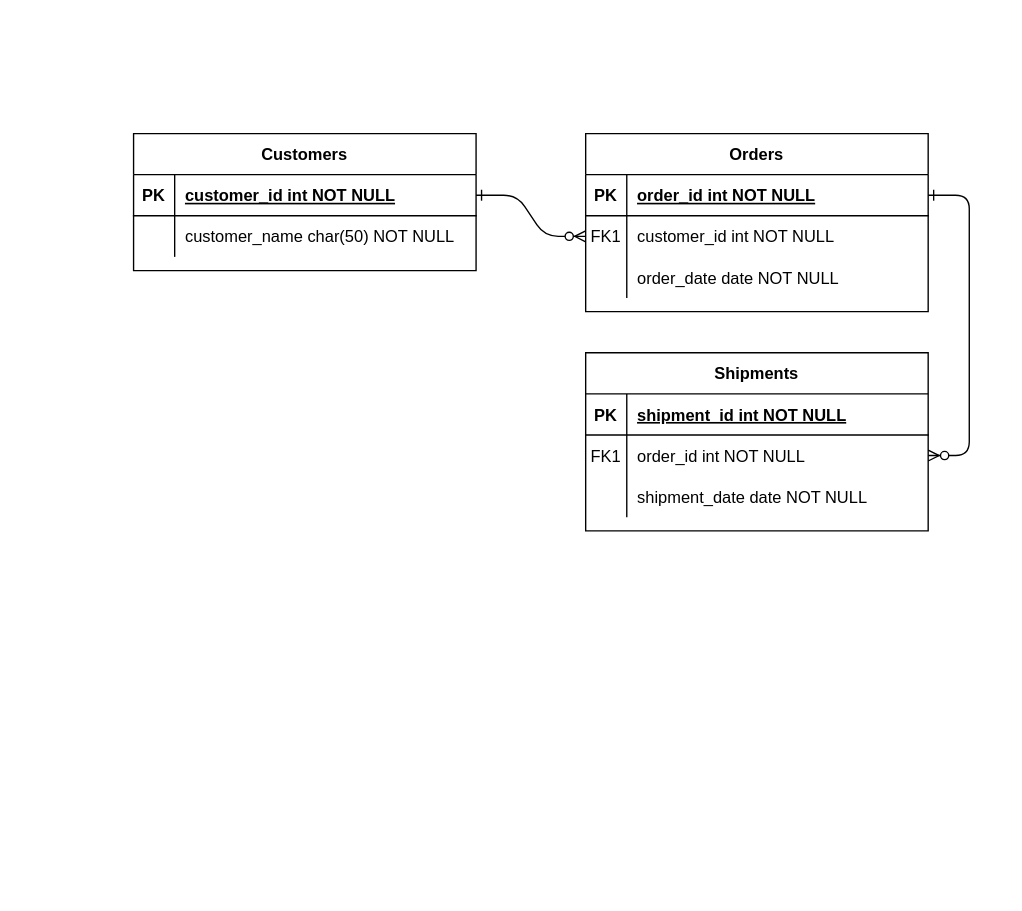
Before: DATABASE/Modelo ER.drawio in eudivanmelo/nadic-project, a draw.io diagram. Source tidied: cells renumbered, new cells numbered last; positions are measured from the earlier drawing's top-left corner, leaving out a move shared by most shapes. Both pictures are drawn from the tidied source at 137%, with x=0, y=0 at pixel (133, 133).
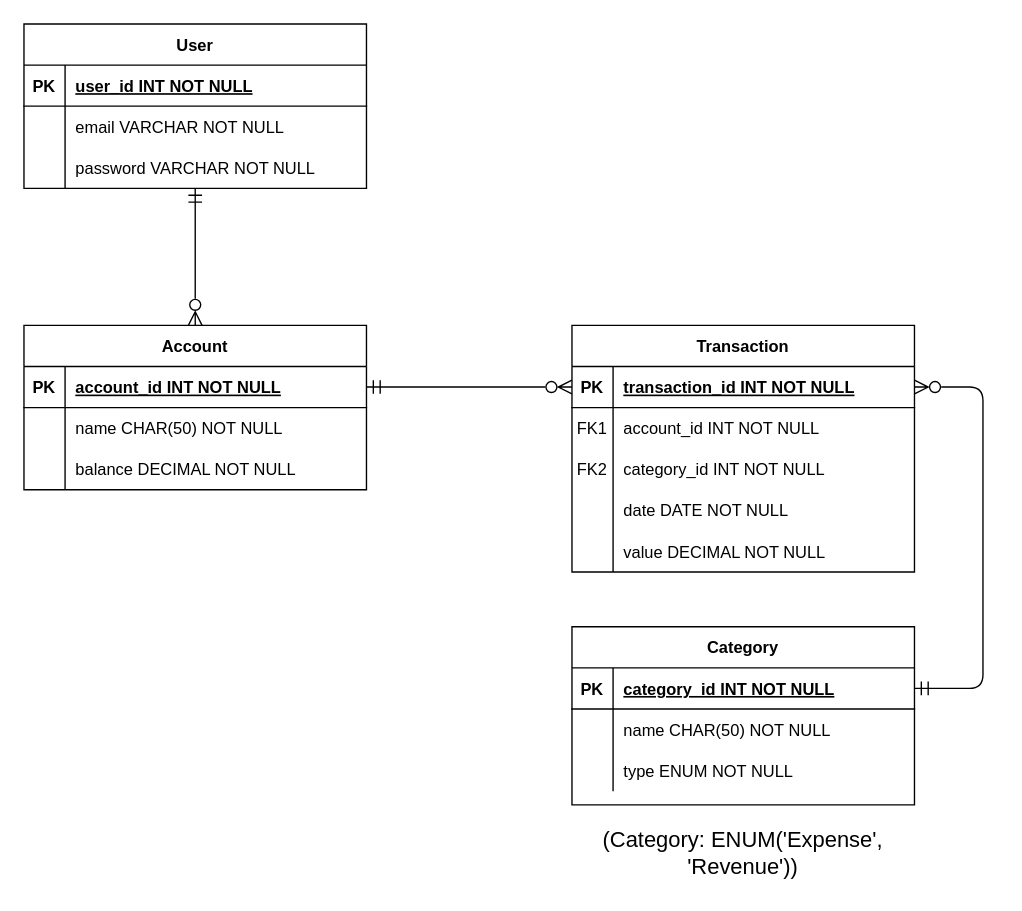
The same page after the edit.

Unchanged cells that the change refers to:
```xml
<mxCell id="5" style="shape=partialRectangle;fillColor=none;points=[[0,0.5],[1,0.5]];portConstraint=eastwest;top=0;left=0;right=0;bottom=1;" parent="4" vertex="1">
  <mxGeometry y="30" width="250" height="30" as="geometry" />
</mxCell>
<mxCell id="8" style="shape=partialRectangle;fillColor=none;points=[[0,0.5],[1,0.5]];portConstraint=eastwest;top=0;left=0;right=0;bottom=0;" parent="4" vertex="1">
  <mxGeometry y="60" width="250" height="30" as="geometry" />
</mxCell>
<mxCell id="11" style="shape=partialRectangle;fillColor=none;top=0;left=0;right=0;bottom=0;" parent="4" vertex="1">
  <mxGeometry y="90" width="250" height="30" as="geometry" />
</mxCell>
<mxCell id="15" style="shape=partialRectangle;fillColor=none;points=[[0,0.5],[1,0.5]];portConstraint=eastwest;top=0;left=0;right=0;bottom=1;" parent="14" vertex="1">
  <mxGeometry y="30" width="250" height="30" as="geometry" />
</mxCell>
<mxCell id="18" style="shape=partialRectangle;fillColor=none;points=[[0,0.5],[1,0.5]];portConstraint=eastwest;top=0;left=0;right=0;bottom=0;" parent="14" vertex="1">
  <mxGeometry y="60" width="250" height="30" as="geometry" />
</mxCell>
<mxCell id="21" style="shape=partialRectangle;fillColor=none;top=0;left=0;right=0;bottom=0;" parent="14" vertex="1">
  <mxGeometry y="90" width="250" height="30" as="geometry" />
</mxCell>
<mxCell id="25" style="shape=partialRectangle;fillColor=none;points=[[0,0.5],[1,0.5]];portConstraint=eastwest;top=0;left=0;right=0;bottom=1;" parent="24" vertex="1">
  <mxGeometry y="30" width="250" height="30" as="geometry" />
</mxCell>
<mxCell id="28" style="shape=partialRectangle;fillColor=none;top=0;left=0;right=0;bottom=0;" parent="24" vertex="1">
  <mxGeometry y="60" width="250" height="30" as="geometry" />
</mxCell>
```

Diff of the diagram source:
```diff
@@
-    <mxCell id="2" style="edgeStyle=entityRelationEdgeStyle;endArrow=ERzeroToMany;startArrow=ERone;endFill=1;startFill=0;" parent="1" edge="1" source="25" target="8">
-      <mxGeometry relative="1" as="geometry" />
-    </mxCell>
-    <mxCell id="3" style="edgeStyle=entityRelationEdgeStyle;endArrow=ERzeroToMany;startArrow=ERone;endFill=1;startFill=0;" parent="1" edge="1" source="5" target="18">
-      <mxGeometry relative="1" as="geometry" />
-    </mxCell>
-    <mxCell id="4" value="Orders" style="shape=table;startSize=30;childLayout=tableLayout;rowLines=0;fontStyle=1;align=center;" parent="1" vertex="1">
-      <mxGeometry x="330" width="250" height="130" as="geometry" />
+    <mxCell id="4" value="Transaction" style="shape=table;startSize=30;childLayout=tableLayout;rowLines=0;fontStyle=1;align=center;" parent="1" vertex="1">
+      <mxGeometry x="320" y="140" width="250" height="180" as="geometry" />
     </mxCell>
@@
-    <mxCell id="7" value="order_id int NOT NULL " style="shape=partialRectangle;overflow=hidden;fillColor=none;top=0;left=0;bottom=0;right=0;align=left;spacingLeft=6;fontStyle=5;" parent="5" vertex="1">
+    <mxCell id="7" value="transaction_id INT NOT NULL" style="shape=partialRectangle;overflow=hidden;fillColor=none;top=0;left=0;bottom=0;right=0;align=left;spacingLeft=6;fontStyle=5;" parent="5" vertex="1">
       <mxGeometry x="30" width="220" height="30" as="geometry" />
     </mxCell>
@@
-    <mxCell id="10" value="customer_id int NOT NULL" style="shape=partialRectangle;overflow=hidden;fillColor=none;top=0;left=0;bottom=0;right=0;align=left;spacingLeft=6;" parent="8" vertex="1">
+    <mxCell id="10" value="account_id INT NOT NULL" style="shape=partialRectangle;overflow=hidden;fillColor=none;top=0;left=0;bottom=0;right=0;align=left;spacingLeft=6;" parent="8" vertex="1">
       <mxGeometry x="30" width="220" height="30" as="geometry" />
     </mxCell>
@@
-    <mxCell id="12" style="shape=partialRectangle;overflow=hidden;fillColor=none;top=0;left=0;bottom=0;right=0;" parent="11" vertex="1">
+    <mxCell id="12" value="FK2" style="shape=partialRectangle;overflow=hidden;fillColor=none;top=0;left=0;bottom=0;right=0;" parent="11" vertex="1">
       <mxGeometry width="30" height="30" as="geometry" />
     </mxCell>
-    <mxCell id="13" value="order_date date NOT NULL" style="shape=partialRectangle;overflow=hidden;fillColor=none;top=0;left=0;bottom=0;right=0;align=left;spacingLeft=6;" parent="11" vertex="1">
+    <mxCell id="13" value="category_id INT NOT NULL" style="shape=partialRectangle;overflow=hidden;fillColor=none;top=0;left=0;bottom=0;right=0;align=left;spacingLeft=6;" parent="11" vertex="1">
       <mxGeometry x="30" width="220" height="30" as="geometry" />
     </mxCell>
+    <mxCell id="31" style="shape=partialRectangle;fillColor=none;top=0;left=0;right=0;bottom=0;" parent="4" vertex="1">
+      <mxGeometry y="120" width="250" height="30" as="geometry" />
+    </mxCell>
+    <mxCell id="32" style="shape=partialRectangle;overflow=hidden;fillColor=none;top=0;left=0;bottom=0;right=0;" parent="31" vertex="1">
+      <mxGeometry width="30" height="30" as="geometry" />
+    </mxCell>
+    <mxCell id="33" value="date DATE NOT NULL" style="shape=partialRectangle;overflow=hidden;fillColor=none;top=0;left=0;bottom=0;right=0;align=left;spacingLeft=6;" parent="31" vertex="1">
+      <mxGeometry x="30" width="220" height="30" as="geometry" />
+    </mxCell>
+    <mxCell id="34" style="shape=partialRectangle;fillColor=none;top=0;left=0;right=0;bottom=0;" parent="4" vertex="1">
+      <mxGeometry y="150" width="250" height="30" as="geometry" />
+    </mxCell>
+    <mxCell id="35" style="shape=partialRectangle;overflow=hidden;fillColor=none;top=0;left=0;bottom=0;right=0;" parent="34" vertex="1">
+      <mxGeometry width="30" height="30" as="geometry" />
+    </mxCell>
+    <mxCell id="36" value="value DECIMAL NOT NULL" style="shape=partialRectangle;overflow=hidden;fillColor=none;top=0;left=0;bottom=0;right=0;align=left;spacingLeft=6;" parent="34" vertex="1">
+      <mxGeometry x="30" width="220" height="30" as="geometry" />
+    </mxCell>
-    <mxCell id="14" value="Shipments" style="shape=table;startSize=30;childLayout=tableLayout;rowLines=0;fontStyle=1;align=center;" parent="1" vertex="1">
-      <mxGeometry x="330" y="160" width="250" height="130" as="geometry" />
+    <mxCell id="14" value="Category" style="shape=table;startSize=30;childLayout=tableLayout;rowLines=0;fontStyle=1;align=center;" parent="1" vertex="1">
+      <mxGeometry x="320" y="360" width="250" height="130" as="geometry" />
     </mxCell>
@@
-    <mxCell id="17" value="shipment_id int NOT NULL " style="shape=partialRectangle;overflow=hidden;fillColor=none;top=0;left=0;bottom=0;right=0;align=left;spacingLeft=6;fontStyle=5;" parent="15" vertex="1">
+    <mxCell id="17" value="category_id INT NOT NULL " style="shape=partialRectangle;overflow=hidden;fillColor=none;top=0;left=0;bottom=0;right=0;align=left;spacingLeft=6;fontStyle=5;" parent="15" vertex="1">
       <mxGeometry x="30" width="220" height="30" as="geometry" />
     </mxCell>
@@
-    <mxCell id="19" value="FK1" style="shape=partialRectangle;overflow=hidden;fillColor=none;top=0;left=0;bottom=0;right=0;" parent="18" vertex="1">
+    <mxCell id="19" style="shape=partialRectangle;overflow=hidden;fillColor=none;top=0;left=0;bottom=0;right=0;" parent="18" vertex="1">
       <mxGeometry width="30" height="30" as="geometry" />
     </mxCell>
-    <mxCell id="20" value="order_id int NOT NULL" style="shape=partialRectangle;overflow=hidden;fillColor=none;top=0;left=0;bottom=0;right=0;align=left;spacingLeft=6;" parent="18" vertex="1">
+    <mxCell id="20" value="name CHAR(50) NOT NULL" style="shape=partialRectangle;overflow=hidden;fillColor=none;top=0;left=0;bottom=0;right=0;align=left;spacingLeft=6;" parent="18" vertex="1">
       <mxGeometry x="30" width="220" height="30" as="geometry" />
     </mxCell>
@@
-    <mxCell id="23" value="shipment_date date NOT NULL" style="shape=partialRectangle;overflow=hidden;fillColor=none;top=0;left=0;bottom=0;right=0;align=left;spacingLeft=6;" parent="21" vertex="1">
+    <mxCell id="23" value="type ENUM NOT NULL" style="shape=partialRectangle;overflow=hidden;fillColor=none;top=0;left=0;bottom=0;right=0;align=left;spacingLeft=6;" parent="21" vertex="1">
       <mxGeometry x="30" width="220" height="30" as="geometry" />
     </mxCell>
-    <mxCell id="24" value="Customers" style="shape=table;startSize=30;childLayout=tableLayout;rowLines=0;fontStyle=1;align=center;" parent="1" vertex="1">
-      <mxGeometry width="250" height="100" as="geometry" />
+    <mxCell id="24" value="Account" style="shape=table;startSize=30;childLayout=tableLayout;rowLines=0;fontStyle=1;align=center;" parent="1" vertex="1">
+      <mxGeometry x="-80" y="140" width="250" height="120" as="geometry" />
     </mxCell>
@@
-    <mxCell id="27" value="customer_id int NOT NULL " style="shape=partialRectangle;overflow=hidden;fillColor=none;top=0;left=0;bottom=0;right=0;align=left;spacingLeft=6;fontStyle=5;" parent="25" vertex="1">
+    <mxCell id="27" value="account_id INT NOT NULL" style="shape=partialRectangle;overflow=hidden;fillColor=none;top=0;left=0;bottom=0;right=0;align=left;spacingLeft=6;fontStyle=5;" parent="25" vertex="1">
       <mxGeometry x="30" width="220" height="30" as="geometry" />
     </mxCell>
@@
-    <mxCell id="30" value="customer_name char(50) NOT NULL" style="shape=partialRectangle;overflow=hidden;fillColor=none;top=0;left=0;bottom=0;right=0;align=left;spacingLeft=6;" parent="28" vertex="1">
+    <mxCell id="30" value="name CHAR(50) NOT NULL" style="shape=partialRectangle;overflow=hidden;fillColor=none;top=0;left=0;bottom=0;right=0;align=left;spacingLeft=6;" parent="28" vertex="1">
       <mxGeometry x="30" width="220" height="30" as="geometry" />
     </mxCell>
+    <mxCell id="37" style="shape=partialRectangle;fillColor=none;top=0;left=0;right=0;bottom=0;" parent="24" vertex="1">
+      <mxGeometry y="90" width="250" height="30" as="geometry" />
+    </mxCell>
+    <mxCell id="38" style="shape=partialRectangle;overflow=hidden;fillColor=none;top=0;left=0;bottom=0;right=0;" parent="37" vertex="1">
+      <mxGeometry width="30" height="30" as="geometry" />
+    </mxCell>
+    <mxCell id="39" value="balance DECIMAL NOT NULL" style="shape=partialRectangle;overflow=hidden;fillColor=none;top=0;left=0;bottom=0;right=0;align=left;spacingLeft=6;" parent="37" vertex="1">
+      <mxGeometry x="30" width="220" height="30" as="geometry" />
+    </mxCell>
+    <mxCell id="40" value="(Category: ENUM('Expense&lt;span style=&quot;background-color: initial;&quot;&gt;', 'Revenue'))&lt;/span&gt;" style="text;strokeColor=none;fillColor=none;html=1;align=center;verticalAlign=middle;whiteSpace=wrap;rounded=0;fontSize=16;" parent="1" vertex="1">
+      <mxGeometry x="320" y="500" width="250" height="50" as="geometry" />
+    </mxCell>
+    <mxCell id="41" style="edgeStyle=none;curved=1;rounded=0;jettySize=auto;html=1;exitX=1;exitY=0.5;exitDx=0;exitDy=0;entryX=0;entryY=0.5;entryDx=0;entryDy=0;fontSize=12;startSize=8;endSize=8;endArrow=ERzeroToMany;endFill=0;startArrow=ERmandOne;startFill=0;" parent="1" edge="1" source="25" target="5">
+      <mxGeometry relative="1" as="geometry" />
+    </mxCell>
+    <mxCell id="42" style="edgeStyle=none;curved=0;rounded=1;jettySize=auto;html=1;exitX=1;exitY=0.5;exitDx=0;exitDy=0;entryX=1;entryY=0.5;entryDx=0;entryDy=0;fontSize=12;startSize=8;endSize=8;endArrow=ERmandOne;endFill=0;startArrow=ERzeroToMany;startFill=0;" parent="1" edge="1" source="5" target="15">
+      <mxGeometry relative="1" as="geometry">
+        <Array as="points">
+          <mxPoint x="620" y="185" />
+          <mxPoint x="620" y="290" />
+          <mxPoint x="620" y="405" />
+        </Array>
+      </mxGeometry>
+    </mxCell>
+    <mxCell id="43" style="edgeStyle=none;curved=1;rounded=0;jettySize=auto;html=1;exitX=0.5;exitY=1;exitDx=0;exitDy=0;entryX=0.5;entryY=0;entryDx=0;entryDy=0;fontSize=12;startSize=8;endSize=8;startArrow=ERmandOne;startFill=0;endArrow=ERzeroToMany;endFill=0;" parent="1" edge="1" source="44" target="24">
+      <mxGeometry relative="1" as="geometry" />
+    </mxCell>
+    <mxCell id="44" value="User" style="shape=table;startSize=30;childLayout=tableLayout;rowLines=0;fontStyle=1;align=center;" parent="1" vertex="1">
+      <mxGeometry x="-80" y="-80" width="250" height="120" as="geometry" />
+    </mxCell>
+    <mxCell id="45" style="shape=partialRectangle;fillColor=none;top=0;left=0;right=0;bottom=1;" parent="44" vertex="1">
+      <mxGeometry y="30" width="250" height="30" as="geometry" />
+    </mxCell>
+    <mxCell id="46" value="PK" style="shape=partialRectangle;overflow=hidden;fillColor=none;top=0;left=0;bottom=0;right=0;fontStyle=1;" parent="45" vertex="1">
+      <mxGeometry width="30" height="30" as="geometry" />
+    </mxCell>
+    <mxCell id="47" value="user_id INT NOT NULL" style="shape=partialRectangle;overflow=hidden;fillColor=none;top=0;left=0;bottom=0;right=0;align=left;spacingLeft=6;fontStyle=5;" parent="45" vertex="1">
+      <mxGeometry x="30" width="220" height="30" as="geometry" />
+    </mxCell>
+    <mxCell id="48" style="shape=partialRectangle;fillColor=none;top=0;left=0;right=0;bottom=0;" parent="44" vertex="1">
+      <mxGeometry y="60" width="250" height="30" as="geometry" />
+    </mxCell>
+    <mxCell id="49" style="shape=partialRectangle;overflow=hidden;fillColor=none;top=0;left=0;bottom=0;right=0;" parent="48" vertex="1">
+      <mxGeometry width="30" height="30" as="geometry" />
+    </mxCell>
+    <mxCell id="50" value="email VARCHAR NOT NULL" style="shape=partialRectangle;overflow=hidden;fillColor=none;top=0;left=0;bottom=0;right=0;align=left;spacingLeft=6;" parent="48" vertex="1">
+      <mxGeometry x="30" width="220" height="30" as="geometry" />
+    </mxCell>
+    <mxCell id="51" style="shape=partialRectangle;fillColor=none;top=0;left=0;right=0;bottom=0;" parent="44" vertex="1">
+      <mxGeometry y="90" width="250" height="30" as="geometry" />
+    </mxCell>
+    <mxCell id="52" style="shape=partialRectangle;overflow=hidden;fillColor=none;top=0;left=0;bottom=0;right=0;" parent="51" vertex="1">
+      <mxGeometry width="30" height="30" as="geometry" />
+    </mxCell>
+    <mxCell id="53" value="password VARCHAR NOT NULL" style="shape=partialRectangle;overflow=hidden;fillColor=none;top=0;left=0;bottom=0;right=0;align=left;spacingLeft=6;" parent="51" vertex="1">
+      <mxGeometry x="30" width="220" height="30" as="geometry" />
+    </mxCell>
```
